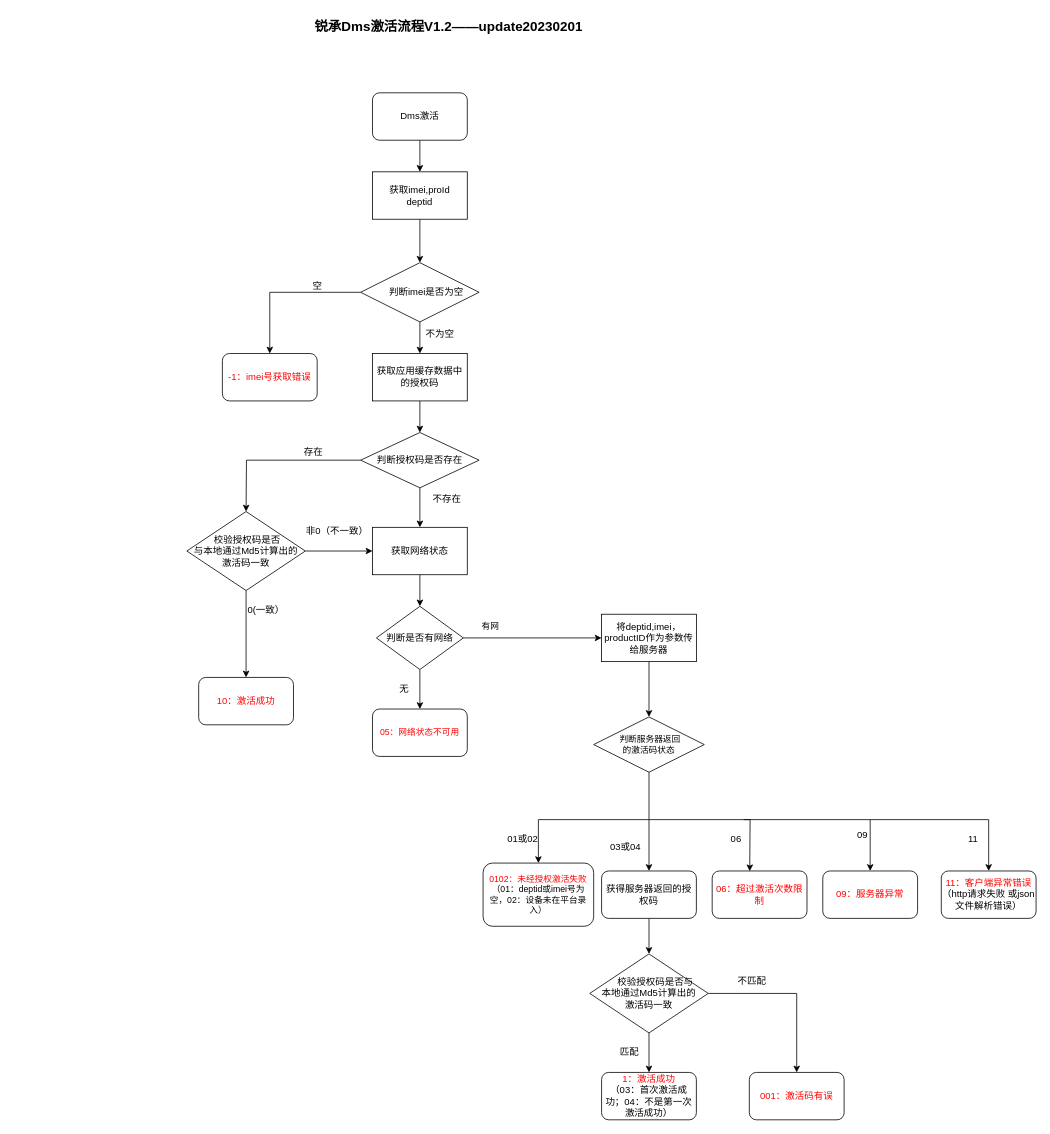
Above: app/src/androidTest/java/com/example/decalstwo/rc_dms_active.drawio in Maggie-hub/Decal (draw.io), before the change. Source tidied: cells renumbered, new cells numbered last; positions are measured from the earlier drawing's top-left corner, leaving out a move shared by most shapes. Both pictures are drawn from the tidied source at 79%, with x=0, y=0 at pixel (186, 13).
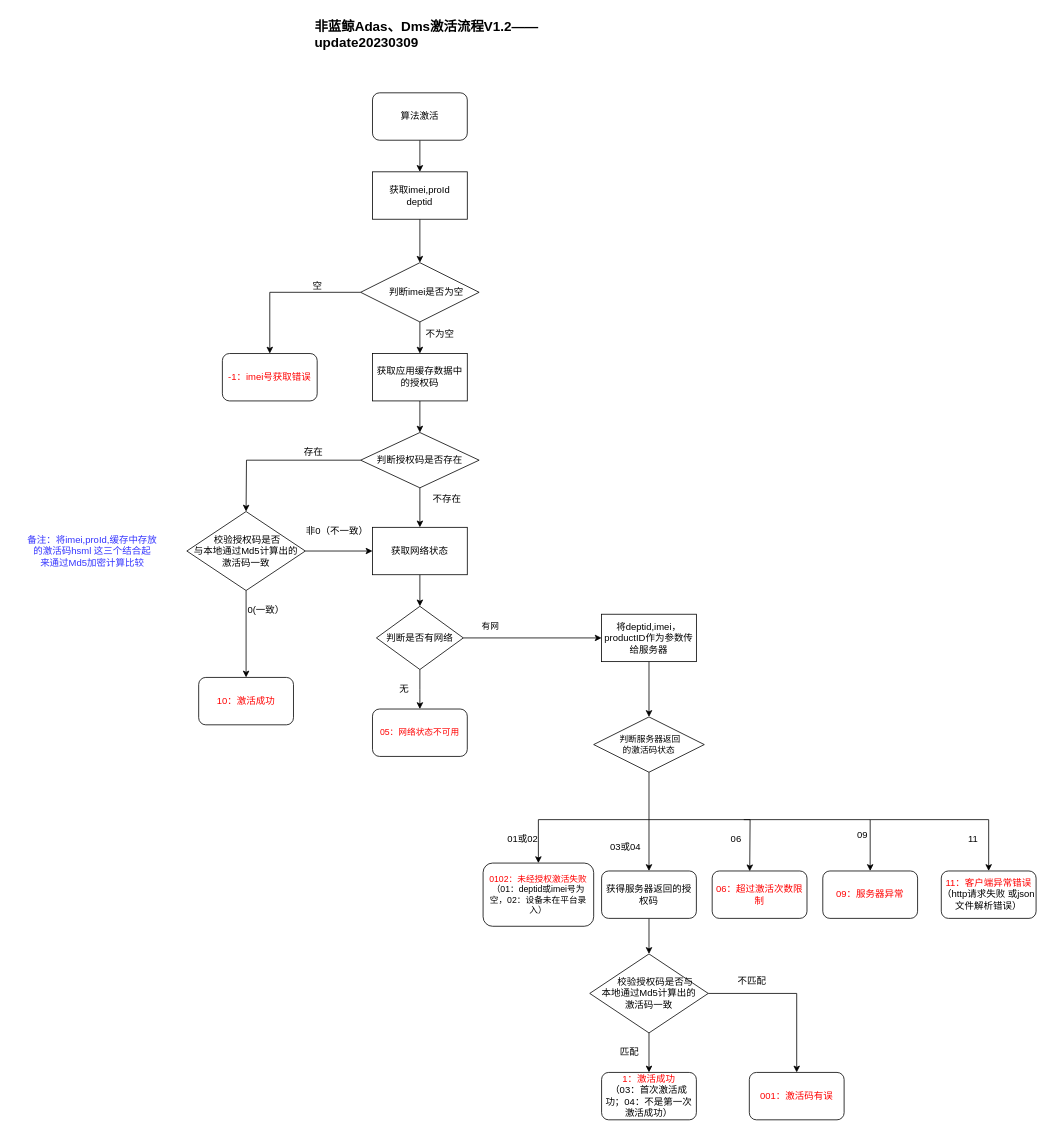
The same diagram, later.

The edit, as a diff of the source:
```diff
@@
-<mxGraphModel>
+<mxGraphModel background="#ffffff">
@@
-    <mxCell id="3" value="Dms激活" style="rounded=1;whiteSpace=wrap;html=1;" parent="1" vertex="1">
+    <mxCell id="3" value="算法激活" style="rounded=1;whiteSpace=wrap;html=1;" parent="1" vertex="1">
       <mxGeometry x="235" y="100" width="120" height="60" as="geometry" />
     </mxCell>
@@
-    <mxCell id="59" value="&lt;font size=&quot;1&quot; style=&quot;&quot; color=&quot;#000000&quot;&gt;&lt;b style=&quot;font-size: 17px;&quot;&gt;锐承Dms激活流程V1.2——update20230201&lt;/b&gt;&lt;/font&gt;" style="text;whiteSpace=wrap;html=1;fontColor=#FF0000;" parent="1" vertex="1">
+    <mxCell id="59" value="&lt;font size=&quot;1&quot; style=&quot;&quot; color=&quot;#000000&quot;&gt;&lt;b style=&quot;font-size: 17px;&quot;&gt;非蓝鲸Adas、Dms激活流程V1.2——update20230309&lt;/b&gt;&lt;/font&gt;" style="text;whiteSpace=wrap;html=1;fontColor=#FF0000;" parent="1" vertex="1">
       <mxGeometry x="160" width="375" height="40" as="geometry" />
     </mxCell>
@@
+    <mxCell id="61" value="&lt;font color=&quot;#3333ff&quot;&gt;备注：将imei,proId,缓存中存放&lt;br&gt;的激活码hsml 这三个结合起&lt;br&gt;来通过Md5加密计算比较&lt;/font&gt;" style="text;html=1;align=center;verticalAlign=middle;shadow=1;" parent="1" vertex="1">
+      <mxGeometry x="-215" y="650" width="190" height="60" as="geometry" />
+    </mxCell>
```
